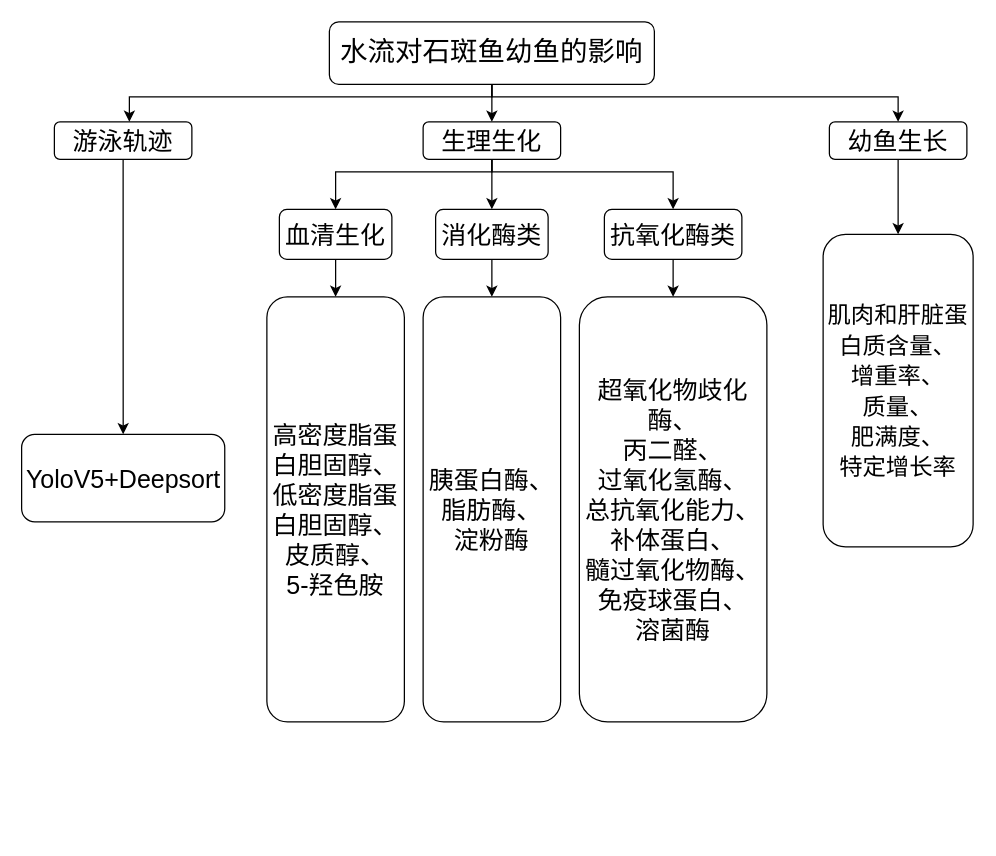
This is 水流对石斑鱼幼鱼的影响.drawio from 729973389/picture, a draw.io file, before an edit. Source tidied: cells renumbered, new cells numbered last; positions are measured from the earlier drawing's top-left corner, leaving out a move shared by most shapes. Both pictures are drawn from the tidied source at 125%, with x=0, y=0 at pixel (21, 21).
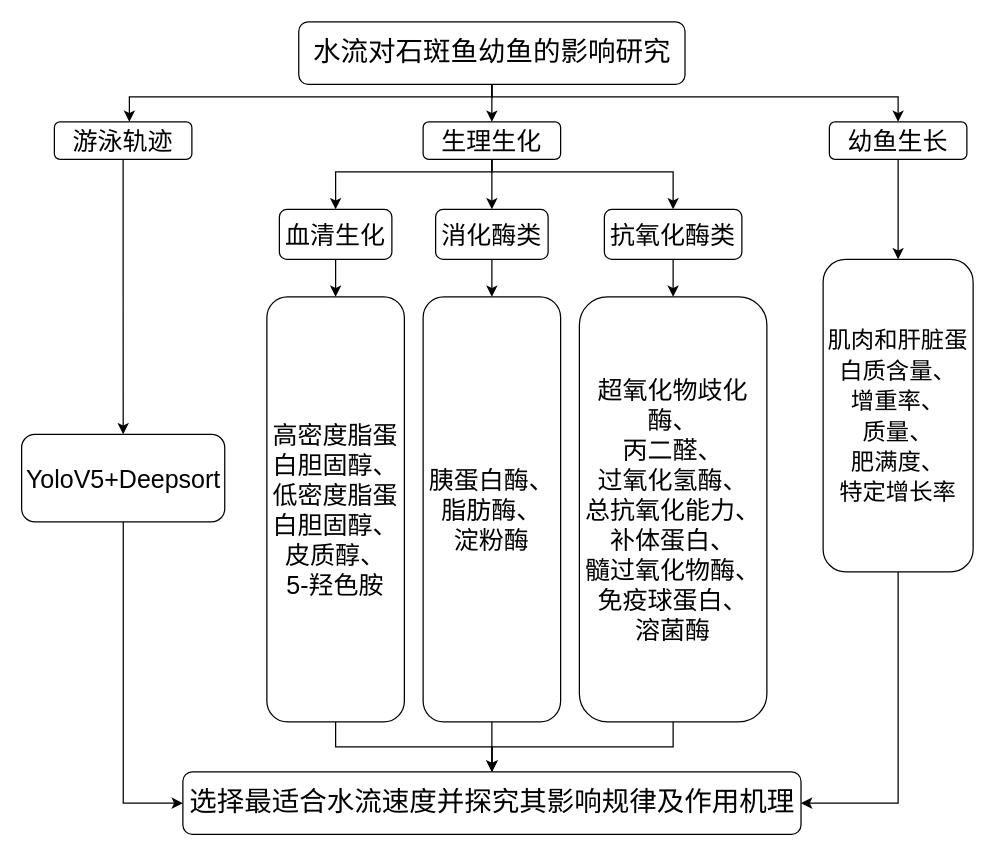
Above is the later version.

Commit message (it also covers changes not shown here):
更新水流对石斑鱼幼鱼的影响.drawio

Unchanged cells that the change refers to:
```xml
<mxCell id="14" value="YoloV5+Deepsort" style="rounded=1;whiteSpace=wrap;html=1;fontSize=20;" parent="1" vertex="1">
  <mxGeometry x="-0.2" y="330" width="162.5" height="70" as="geometry" />
</mxCell>
<mxCell id="21" value="高密度脂蛋白胆固醇、&lt;br&gt;低密度脂蛋白胆固醇、&lt;br&gt;皮质醇、&lt;br&gt;5-羟色胺" style="rounded=1;whiteSpace=wrap;html=1;fontSize=20;align=center;" parent="1" vertex="1">
  <mxGeometry x="196" y="220" width="110" height="340" as="geometry" />
</mxCell>
<mxCell id="22" value="胰蛋白酶、&lt;br&gt;脂肪酶、&lt;br&gt;淀粉酶" style="rounded=1;whiteSpace=wrap;html=1;fontSize=20;align=center;" parent="1" vertex="1">
  <mxGeometry x="321" y="220" width="110" height="340" as="geometry" />
</mxCell>
<mxCell id="23" value="超氧化物歧化酶、&lt;br&gt;丙二醛、&lt;br&gt;过氧化氢酶、&lt;br&gt;总抗氧化能力、&lt;br&gt;补体蛋白、&lt;br&gt;髓过氧化物酶、&lt;br&gt;免疫球蛋白、&lt;br&gt;溶菌酶" style="rounded=1;whiteSpace=wrap;html=1;fontSize=20;align=center;" parent="1" vertex="1">
  <mxGeometry x="446" y="220" width="150" height="340" as="geometry" />
</mxCell>
```

The edit, as a diff of the source:
```diff
@@
-    <mxCell id="5" value="&lt;font style=&quot;font-size: 22px;&quot;&gt;水流对石斑鱼幼鱼的影响&lt;/font&gt;" style="rounded=1;whiteSpace=wrap;html=1;fontSize=22;" parent="1" vertex="1">
-      <mxGeometry x="246" width="260" height="50" as="geometry" />
+    <mxCell id="5" value="&lt;font style=&quot;font-size: 22px;&quot;&gt;水流对石斑鱼幼鱼的影响研究&lt;/font&gt;" style="rounded=1;whiteSpace=wrap;html=1;fontSize=22;" parent="1" vertex="1">
+      <mxGeometry x="221.5" width="309" height="50" as="geometry" />
     </mxCell>
@@
+    <mxCell id="25" style="edgeStyle=orthogonalEdgeStyle;rounded=0;jettySize=auto;html=1;fontSize=20;" parent="1" edge="1" source="14" target="30">
+      <mxGeometry relative="1" as="geometry">
+        <Array as="points">
+          <mxPoint x="81" y="625" />
+        </Array>
+      </mxGeometry>
+    </mxCell>
@@
+    <mxCell id="26" style="edgeStyle=orthogonalEdgeStyle;rounded=0;jettySize=auto;html=1;entryX=0.5;entryY=0;entryDx=0;entryDy=0;fontSize=20;" parent="1" edge="1" source="21" target="30">
+      <mxGeometry relative="1" as="geometry" />
+    </mxCell>
@@
+    <mxCell id="27" style="edgeStyle=orthogonalEdgeStyle;rounded=0;jettySize=auto;html=1;fontSize=20;" parent="1" edge="1" source="22" target="30">
+      <mxGeometry relative="1" as="geometry" />
+    </mxCell>
@@
+    <mxCell id="28" style="edgeStyle=orthogonalEdgeStyle;rounded=0;jettySize=auto;html=1;entryX=0.5;entryY=0;entryDx=0;entryDy=0;fontSize=20;" parent="1" edge="1" source="23" target="30">
+      <mxGeometry relative="1" as="geometry" />
+    </mxCell>
@@
+    <mxCell id="29" style="edgeStyle=orthogonalEdgeStyle;rounded=0;jettySize=auto;html=1;fontSize=20;" parent="1" edge="1" source="24" target="30">
+      <mxGeometry relative="1" as="geometry">
+        <Array as="points">
+          <mxPoint x="701" y="625" />
+        </Array>
+      </mxGeometry>
+    </mxCell>
     <mxCell id="24" value="&lt;span style=&quot;font-size: 14pt; font-family: 微软雅黑;&quot;&gt;肌肉&lt;/span&gt;&lt;span style=&quot;font-size: 14pt; font-family: 微软雅黑;&quot;&gt;和肝脏蛋白质含量、&lt;br&gt;增重率、&lt;br&gt;质量、&lt;br&gt;肥满度、&lt;br&gt;特定增长率&lt;/span&gt;" style="rounded=1;whiteSpace=wrap;html=1;fontSize=20;align=center;" parent="1" vertex="1">
-      <mxGeometry x="641" y="170" width="120" height="250" as="geometry" />
+      <mxGeometry x="641" y="190" width="120" height="250" as="geometry" />
     </mxCell>
+    <mxCell id="30" value="选择最适合水流速度并探究其影响规律及作用机理" style="rounded=1;whiteSpace=wrap;html=1;fontSize=22;" parent="1" vertex="1">
+      <mxGeometry x="128.8" y="600" width="494.5" height="50" as="geometry" />
+    </mxCell>
```
